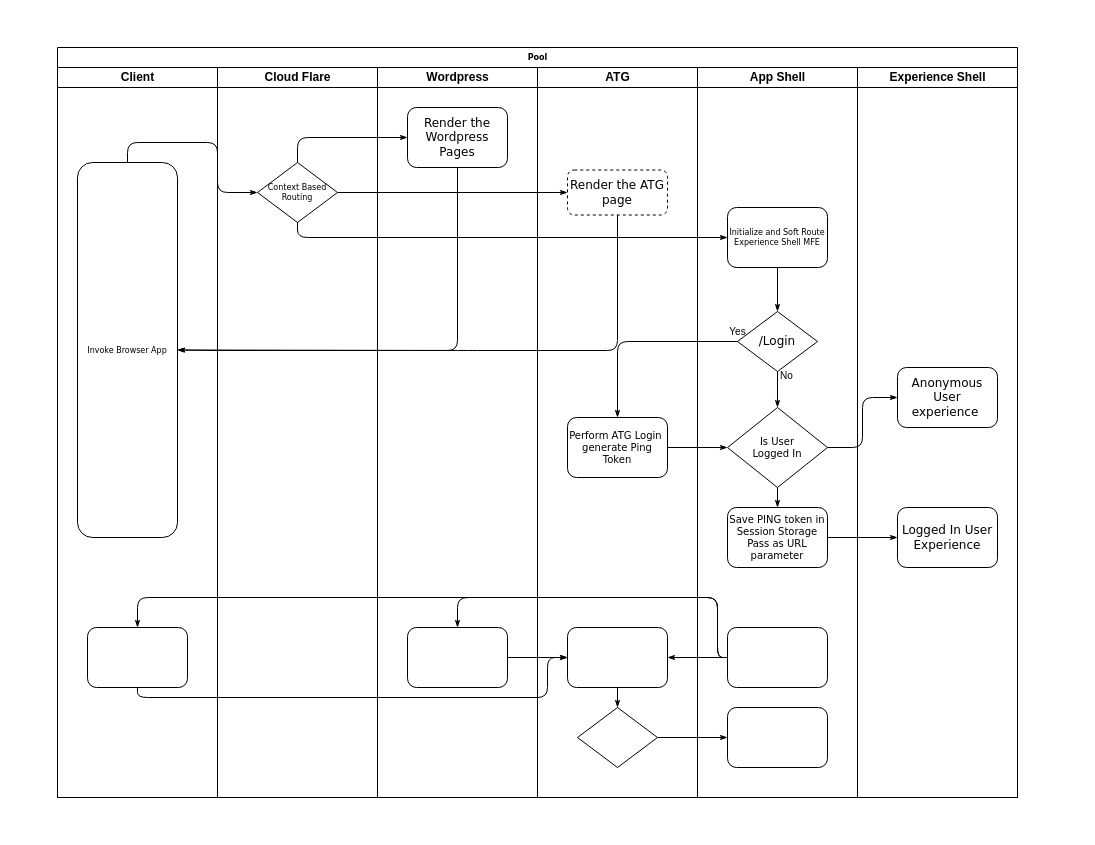
Earlier version of the draw.io diagram Shell Routing Flow.drawio (neio100/orange). Source tidied: cells renumbered, new cells numbered last; positions are measured from the earlier drawing's top-left corner, leaving out a move shared by most shapes. Both pictures are drawn from the tidied source at 100%, with x=0, y=0 at pixel (57, 47).
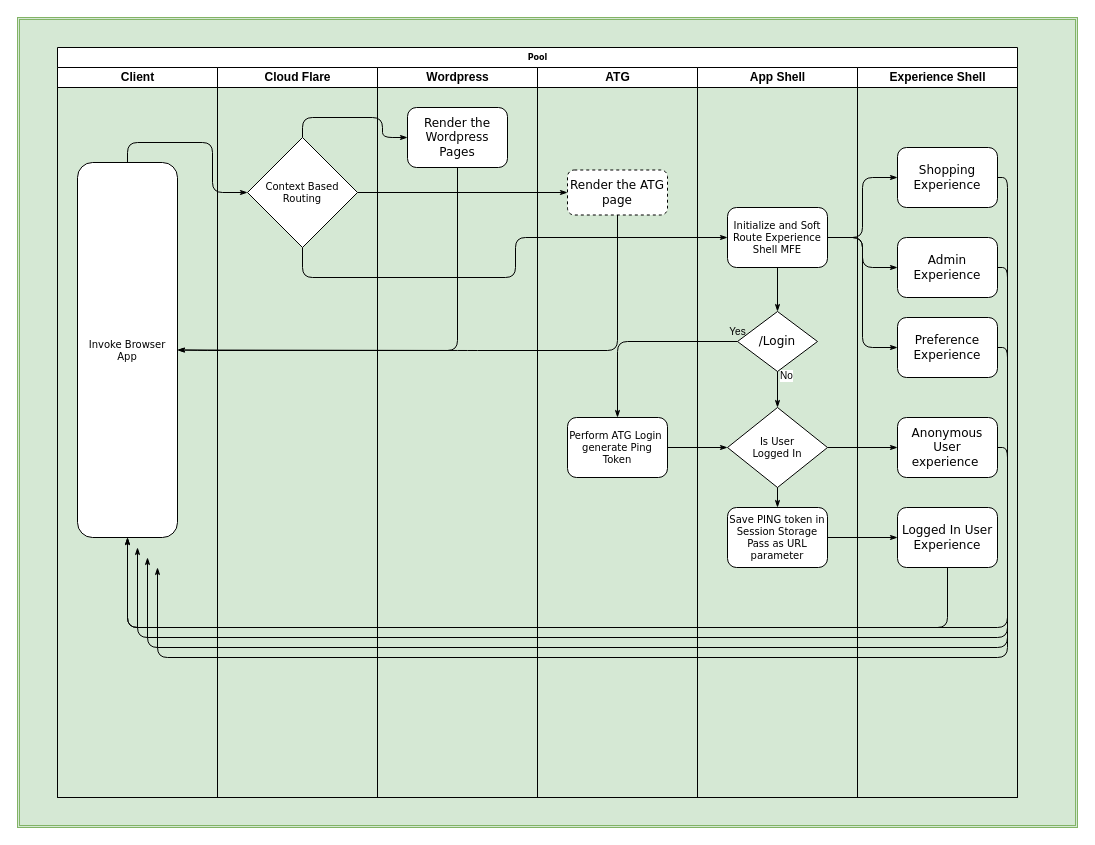
The same page after the edit.

Unchanged cells that the change refers to:
```xml
<mxCell id="2" value="Pool" style="swimlane;html=1;startSize=20;rounded=0;shadow=0;labelBackgroundColor=none;strokeWidth=1;fontFamily=Verdana;fontSize=8;align=center;" parent="1" vertex="1">
  <mxGeometry width="960" height="750" as="geometry" />
</mxCell>
<mxCell id="3" value="Client" style="swimlane;html=1;startSize=20;" parent="2" vertex="1">
  <mxGeometry y="20" width="160" height="730" as="geometry" />
</mxCell>
<mxCell id="17" value="Cloud Flare" style="swimlane;html=1;startSize=20;" parent="2" vertex="1">
  <mxGeometry x="160" y="20" width="160" height="730" as="geometry" />
</mxCell>
<mxCell id="19" value="Wordpress" style="swimlane;html=1;startSize=20;" parent="2" vertex="1">
  <mxGeometry x="320" y="20" width="160" height="730" as="geometry" />
</mxCell>
<mxCell id="20" value="&lt;font style=&quot;font-size: 12px&quot;&gt;Render the Wordpress Pages&lt;/font&gt;" style="rounded=1;whiteSpace=wrap;html=1;shadow=0;labelBackgroundColor=none;strokeWidth=1;fontFamily=Verdana;fontSize=8;align=center;" parent="19" vertex="1">
  <mxGeometry x="30" y="40" width="100" height="60" as="geometry" />
</mxCell>
<mxCell id="25" value="ATG" style="swimlane;html=1;startSize=20;" parent="2" vertex="1">
  <mxGeometry x="480" y="20" width="160" height="730" as="geometry" />
</mxCell>
<mxCell id="26" value="&lt;font style=&quot;font-size: 12px&quot;&gt;Render the ATG page&lt;/font&gt;" style="rounded=1;whiteSpace=wrap;html=1;shadow=0;labelBackgroundColor=none;strokeWidth=1;fontFamily=Verdana;fontSize=8;align=center;dashed=1;" parent="25" vertex="1">
  <mxGeometry x="30" y="102.5" width="100" height="45" as="geometry" />
</mxCell>
<mxCell id="31" value="App Shell" style="swimlane;html=1;startSize=20;" parent="2" vertex="1">
  <mxGeometry x="640" y="20" width="160" height="730" as="geometry" />
</mxCell>
<mxCell id="42" value="Experience Shell" style="swimlane;html=1;startSize=20;" parent="2" vertex="1">
  <mxGeometry x="800" y="20" width="160" height="730" as="geometry" />
</mxCell>
<mxCell id="44" value="&lt;font style=&quot;font-size: 12px&quot;&gt;Logged In User Experience&lt;/font&gt;" style="rounded=1;whiteSpace=wrap;html=1;shadow=0;labelBackgroundColor=none;strokeWidth=1;fontFamily=Verdana;fontSize=8;align=center;" parent="42" vertex="1">
  <mxGeometry x="40" y="440" width="100" height="60" as="geometry" />
</mxCell>
```

The edit, as a diff of the source:
```diff
@@
+    <mxCell id="48" style="shape=ext;double=1;rounded=0;whiteSpace=wrap;html=1;fontSize=10;fillColor=#d5e8d4;strokeColor=#82b366;" parent="1" vertex="1">
+      <mxGeometry x="-40" y="-30" width="1060" height="810" as="geometry" />
+    </mxCell>
@@
-    <mxCell id="4" value="Invoke Browser App" style="rounded=1;whiteSpace=wrap;html=1;shadow=0;labelBackgroundColor=none;strokeWidth=1;fontFamily=Verdana;fontSize=8;align=center;" parent="3" vertex="1">
+    <mxCell id="4" value="&lt;font style=&quot;font-size: 10px&quot;&gt;Invoke Browser App&lt;/font&gt;" style="rounded=1;whiteSpace=wrap;html=1;shadow=0;labelBackgroundColor=none;strokeWidth=1;fontFamily=Verdana;fontSize=8;align=center;" parent="3" vertex="1">
       <mxGeometry x="20" y="95" width="100" height="375" as="geometry" />
     </mxCell>
-    <mxCell id="5" style="rounded=1;whiteSpace=wrap;html=1;shadow=0;labelBackgroundColor=none;strokeWidth=1;fontFamily=Verdana;fontSize=8;align=center;" parent="3" vertex="1">
-      <mxGeometry x="30" y="560" width="100" height="60" as="geometry" />
-    </mxCell>
@@
     <mxCell id="7" style="edgeStyle=orthogonalEdgeStyle;rounded=1;html=1;labelBackgroundColor=none;startArrow=none;startFill=0;startSize=5;endArrow=classicThin;endFill=1;endSize=5;jettySize=auto;strokeWidth=1;fontFamily=Verdana;fontSize=8;exitX=0.5;exitY=1;exitDx=0;exitDy=0;" parent="2" edge="1" source="18" target="40">
       <mxGeometry relative="1" as="geometry">
         <Array as="points">
-          <mxPoint x="240" y="190" />
-          <mxPoint x="720" y="190" />
+          <mxPoint x="245" y="230" />
+          <mxPoint x="458" y="230" />
+          <mxPoint x="458" y="190" />
         </Array>
       </mxGeometry>
     </mxCell>
@@
-    <mxCell id="11" style="edgeStyle=orthogonalEdgeStyle;rounded=1;html=1;labelBackgroundColor=none;startArrow=none;startFill=0;startSize=5;endArrow=classicThin;endFill=1;endSize=5;jettySize=auto;strokeWidth=1;fontFamily=Verdana;fontSize=8;" parent="2" edge="1" source="29" target="34">
-      <mxGeometry relative="1" as="geometry" />
-    </mxCell>
-    <mxCell id="12" style="edgeStyle=orthogonalEdgeStyle;rounded=1;html=1;labelBackgroundColor=none;startArrow=none;startFill=0;startSize=5;endArrow=classicThin;endFill=1;endSize=5;jettySize=auto;strokeWidth=1;fontFamily=Verdana;fontSize=8;" parent="2" edge="1" source="33" target="21">
-      <mxGeometry relative="1" as="geometry">
-        <Array as="points">
-          <mxPoint x="660" y="610" />
-          <mxPoint x="660" y="550" />
-          <mxPoint x="400" y="550" />
-        </Array>
-      </mxGeometry>
-    </mxCell>
-    <mxCell id="13" style="edgeStyle=orthogonalEdgeStyle;rounded=1;html=1;labelBackgroundColor=none;startArrow=none;startFill=0;startSize=5;endArrow=classicThin;endFill=1;endSize=5;jettySize=auto;strokeColor=#000000;strokeWidth=1;fontFamily=Verdana;fontSize=8;fontColor=#000000;" parent="2" edge="1" source="33" target="28">
-      <mxGeometry relative="1" as="geometry" />
-    </mxCell>
-    <mxCell id="14" style="edgeStyle=orthogonalEdgeStyle;rounded=1;html=1;labelBackgroundColor=none;startArrow=none;startFill=0;startSize=5;endArrow=classicThin;endFill=1;endSize=5;jettySize=auto;strokeWidth=1;fontFamily=Verdana;fontSize=8;" parent="2" edge="1" source="33" target="5">
-      <mxGeometry relative="1" as="geometry">
-        <Array as="points">
-          <mxPoint x="660" y="610" />
-          <mxPoint x="660" y="550" />
-          <mxPoint x="80" y="550" />
-        </Array>
-      </mxGeometry>
-    </mxCell>
-    <mxCell id="15" style="edgeStyle=orthogonalEdgeStyle;rounded=1;html=1;labelBackgroundColor=none;startArrow=none;startFill=0;startSize=5;endArrow=classicThin;endFill=1;endSize=5;jettySize=auto;strokeWidth=1;fontFamily=Verdana;fontSize=8;" parent="2" edge="1" source="5" target="28">
-      <mxGeometry relative="1" as="geometry">
-        <Array as="points">
-          <mxPoint x="80" y="650" />
-          <mxPoint x="490" y="650" />
-          <mxPoint x="490" y="610" />
-        </Array>
-      </mxGeometry>
-    </mxCell>
-    <mxCell id="16" style="edgeStyle=orthogonalEdgeStyle;rounded=1;html=1;labelBackgroundColor=none;startArrow=none;startFill=0;startSize=5;endArrow=classicThin;endFill=1;endSize=5;jettySize=auto;strokeWidth=1;fontFamily=Verdana;fontSize=8;" parent="2" edge="1" source="21" target="28">
-      <mxGeometry relative="1" as="geometry" />
-    </mxCell>
@@
-    <mxCell id="18" value="Context Based Routing" style="rhombus;whiteSpace=wrap;html=1;rounded=0;shadow=0;labelBackgroundColor=none;strokeWidth=1;fontFamily=Verdana;fontSize=8;align=center;" parent="17" vertex="1">
-      <mxGeometry x="40" y="95" width="80" height="60" as="geometry" />
+    <mxCell id="18" value="&lt;font style=&quot;font-size: 10px&quot;&gt;Context Based Routing&lt;/font&gt;" style="rhombus;whiteSpace=wrap;html=1;rounded=0;shadow=0;labelBackgroundColor=none;strokeWidth=1;fontFamily=Verdana;fontSize=8;align=center;" parent="17" vertex="1">
+      <mxGeometry x="30" y="70" width="110" height="110" as="geometry" />
     </mxCell>
@@
-    <mxCell id="21" style="rounded=1;whiteSpace=wrap;html=1;shadow=0;labelBackgroundColor=none;strokeWidth=1;fontFamily=Verdana;fontSize=8;align=center;" parent="19" vertex="1">
-      <mxGeometry x="30" y="560" width="100" height="60" as="geometry" />
-    </mxCell>
@@
-    <mxCell id="28" style="rounded=1;whiteSpace=wrap;html=1;shadow=0;labelBackgroundColor=none;strokeWidth=1;fontFamily=Verdana;fontSize=8;align=center;" parent="25" vertex="1">
-      <mxGeometry x="30" y="560" width="100" height="60" as="geometry" />
-    </mxCell>
-    <mxCell id="29" style="rhombus;whiteSpace=wrap;html=1;rounded=0;shadow=0;labelBackgroundColor=none;strokeWidth=1;fontFamily=Verdana;fontSize=8;align=center;" parent="25" vertex="1">
-      <mxGeometry x="40" y="640" width="80" height="60" as="geometry" />
-    </mxCell>
-    <mxCell id="30" style="edgeStyle=orthogonalEdgeStyle;rounded=1;html=1;labelBackgroundColor=none;startArrow=none;startFill=0;startSize=5;endArrow=classicThin;endFill=1;endSize=5;jettySize=auto;strokeWidth=1;fontFamily=Verdana;fontSize=8;" parent="25" edge="1" source="28" target="29">
-      <mxGeometry relative="1" as="geometry" />
-    </mxCell>
@@
-    <mxCell id="33" style="rounded=1;whiteSpace=wrap;html=1;shadow=0;labelBackgroundColor=none;strokeWidth=1;fontFamily=Verdana;fontSize=8;align=center;" parent="31" vertex="1">
-      <mxGeometry x="30" y="560" width="100" height="60" as="geometry" />
-    </mxCell>
-    <mxCell id="34" style="rounded=1;whiteSpace=wrap;html=1;shadow=0;labelBackgroundColor=none;strokeWidth=1;fontFamily=Verdana;fontSize=8;align=center;" parent="31" vertex="1">
-      <mxGeometry x="30" y="640" width="100" height="60" as="geometry" />
-    </mxCell>
@@
-    <mxCell id="40" value="Initialize and Soft Route Experience Shell MFE" style="rounded=1;whiteSpace=wrap;html=1;shadow=0;labelBackgroundColor=none;strokeWidth=1;fontFamily=Verdana;fontSize=8;align=center;" parent="31" vertex="1">
+    <mxCell id="40" value="&lt;font style=&quot;font-size: 10px&quot;&gt;Initialize and Soft Route Experience Shell MFE&lt;/font&gt;" style="rounded=1;whiteSpace=wrap;html=1;shadow=0;labelBackgroundColor=none;strokeWidth=1;fontFamily=Verdana;fontSize=8;align=center;" parent="31" vertex="1">
       <mxGeometry x="30" y="140" width="100" height="60" as="geometry" />
     </mxCell>
@@
+    <mxCell id="45" style="edgeStyle=orthogonalEdgeStyle;rounded=1;html=1;labelBackgroundColor=none;startArrow=none;startFill=0;startSize=5;endArrow=classicThin;endFill=1;endSize=5;jettySize=auto;strokeWidth=1;fontFamily=Verdana;fontSize=8;entryX=1;entryY=0.5;entryDx=0;entryDy=0;" parent="2" edge="1" source="20" target="4">
+      <mxGeometry relative="1" as="geometry">
+        <Array as="points">
+          <mxPoint x="400" y="303" />
+          <mxPoint x="150" y="303" />
+        </Array>
+      </mxGeometry>
+    </mxCell>
+    <mxCell id="46" style="edgeStyle=orthogonalEdgeStyle;rounded=1;html=1;labelBackgroundColor=none;startArrow=none;startFill=0;startSize=5;endArrow=classicThin;endFill=1;endSize=5;jettySize=auto;strokeWidth=1;fontFamily=Verdana;fontSize=8;entryX=1;entryY=0.5;entryDx=0;entryDy=0;exitX=0.5;exitY=1;exitDx=0;exitDy=0;" parent="2" edge="1" source="26" target="4">
+      <mxGeometry relative="1" as="geometry">
+        <Array as="points">
+          <mxPoint x="560" y="303" />
+          <mxPoint x="410" y="303" />
+        </Array>
+      </mxGeometry>
+    </mxCell>
@@
     <mxCell id="43" value="&lt;font style=&quot;font-size: 12px&quot;&gt;Anonymous User experience&amp;nbsp;&lt;/font&gt;" style="rounded=1;whiteSpace=wrap;html=1;shadow=0;labelBackgroundColor=none;strokeWidth=1;fontFamily=Verdana;fontSize=8;align=center;" parent="42" vertex="1">
-      <mxGeometry x="40" y="300" width="100" height="60" as="geometry" />
+      <mxGeometry x="40" y="350" width="100" height="60" as="geometry" />
     </mxCell>
@@
-    <mxCell id="45" style="edgeStyle=orthogonalEdgeStyle;rounded=1;html=1;labelBackgroundColor=none;startArrow=none;startFill=0;startSize=5;endArrow=classicThin;endFill=1;endSize=5;jettySize=auto;strokeWidth=1;fontFamily=Verdana;fontSize=8;entryX=1;entryY=0.5;entryDx=0;entryDy=0;" parent="2" edge="1" source="20" target="4">
-      <mxGeometry relative="1" as="geometry">
-        <Array as="points">
-          <mxPoint x="400" y="303" />
-          <mxPoint x="150" y="303" />
-        </Array>
-      </mxGeometry>
-    </mxCell>
-    <mxCell id="46" style="edgeStyle=orthogonalEdgeStyle;rounded=1;html=1;labelBackgroundColor=none;startArrow=none;startFill=0;startSize=5;endArrow=classicThin;endFill=1;endSize=5;jettySize=auto;strokeWidth=1;fontFamily=Verdana;fontSize=8;entryX=1;entryY=0.5;entryDx=0;entryDy=0;exitX=0.5;exitY=1;exitDx=0;exitDy=0;" parent="2" edge="1" source="26" target="4">
-      <mxGeometry relative="1" as="geometry">
-        <Array as="points">
-          <mxPoint x="560" y="303" />
-          <mxPoint x="410" y="303" />
-        </Array>
-      </mxGeometry>
-    </mxCell>
+    <mxCell id="49" value="&lt;span style=&quot;font-size: 12px&quot;&gt;Shopping Experience&lt;/span&gt;" style="rounded=1;whiteSpace=wrap;html=1;shadow=0;labelBackgroundColor=none;strokeWidth=1;fontFamily=Verdana;fontSize=8;align=center;" parent="42" vertex="1">
+      <mxGeometry x="40" y="80" width="100" height="60" as="geometry" />
+    </mxCell>
+    <mxCell id="50" value="&lt;font style=&quot;font-size: 12px&quot;&gt;Admin&lt;br&gt;Experience&lt;br&gt;&lt;/font&gt;" style="rounded=1;whiteSpace=wrap;html=1;shadow=0;labelBackgroundColor=none;strokeWidth=1;fontFamily=Verdana;fontSize=8;align=center;" parent="42" vertex="1">
+      <mxGeometry x="40" y="170" width="100" height="60" as="geometry" />
+    </mxCell>
+    <mxCell id="51" value="&lt;font style=&quot;font-size: 12px&quot;&gt;Preference Experience&lt;/font&gt;" style="rounded=1;whiteSpace=wrap;html=1;shadow=0;labelBackgroundColor=none;strokeWidth=1;fontFamily=Verdana;fontSize=8;align=center;" parent="42" vertex="1">
+      <mxGeometry x="40" y="250" width="100" height="60" as="geometry" />
+    </mxCell>
+    <mxCell id="52" style="edgeStyle=orthogonalEdgeStyle;rounded=1;html=1;labelBackgroundColor=none;startArrow=none;startFill=0;startSize=5;endArrow=classicThin;endFill=1;endSize=5;jettySize=auto;strokeWidth=1;fontFamily=Verdana;fontSize=8;entryX=0.5;entryY=1;entryDx=0;entryDy=0;exitX=0.5;exitY=1;exitDx=0;exitDy=0;" parent="2" edge="1" source="44" target="4">
+      <mxGeometry relative="1" as="geometry">
+        <Array as="points">
+          <mxPoint x="890" y="580" />
+          <mxPoint x="70" y="580" />
+        </Array>
+      </mxGeometry>
+    </mxCell>
+    <mxCell id="53" style="edgeStyle=orthogonalEdgeStyle;rounded=1;html=1;labelBackgroundColor=none;startArrow=none;startFill=0;startSize=5;endArrow=classicThin;endFill=1;endSize=5;jettySize=auto;strokeWidth=1;fontFamily=Verdana;fontSize=8;exitX=1;exitY=0.5;exitDx=0;exitDy=0;entryX=0;entryY=0.5;entryDx=0;entryDy=0;" parent="2" edge="1" source="40" target="49">
+      <mxGeometry relative="1" as="geometry" />
+    </mxCell>
+    <mxCell id="54" style="edgeStyle=orthogonalEdgeStyle;rounded=1;html=1;labelBackgroundColor=none;startArrow=none;startFill=0;startSize=5;endArrow=classicThin;endFill=1;endSize=5;jettySize=auto;strokeWidth=1;fontFamily=Verdana;fontSize=8;exitX=1;exitY=0.5;exitDx=0;exitDy=0;entryX=0;entryY=0.5;entryDx=0;entryDy=0;" parent="2" edge="1" source="40" target="50">
+      <mxGeometry relative="1" as="geometry" />
+    </mxCell>
+    <mxCell id="55" style="edgeStyle=orthogonalEdgeStyle;rounded=1;html=1;labelBackgroundColor=none;startArrow=none;startFill=0;startSize=5;endArrow=classicThin;endFill=1;endSize=5;jettySize=auto;strokeWidth=1;fontFamily=Verdana;fontSize=8;exitX=1;exitY=0.5;exitDx=0;exitDy=0;entryX=0;entryY=0.5;entryDx=0;entryDy=0;" parent="2" edge="1" source="40" target="51">
+      <mxGeometry relative="1" as="geometry" />
+    </mxCell>
+    <mxCell id="56" style="edgeStyle=orthogonalEdgeStyle;rounded=1;html=1;labelBackgroundColor=none;startArrow=none;startFill=0;startSize=5;endArrow=classicThin;endFill=1;endSize=5;jettySize=auto;strokeWidth=1;fontFamily=Verdana;fontSize=8;entryX=0.5;entryY=1;entryDx=0;entryDy=0;exitX=1;exitY=0.5;exitDx=0;exitDy=0;" parent="2" edge="1" source="43" target="4">
+      <mxGeometry relative="1" as="geometry">
+        <Array as="points">
+          <mxPoint x="950" y="400" />
+          <mxPoint x="950" y="580" />
+          <mxPoint x="70" y="580" />
+        </Array>
+      </mxGeometry>
+    </mxCell>
@@
+    <mxCell id="57" style="edgeStyle=orthogonalEdgeStyle;rounded=1;html=1;labelBackgroundColor=none;startArrow=none;startFill=0;startSize=5;endArrow=classicThin;endFill=1;endSize=5;jettySize=auto;strokeWidth=1;fontFamily=Verdana;fontSize=8;entryX=0.5;entryY=1;entryDx=0;entryDy=0;exitX=1;exitY=0.5;exitDx=0;exitDy=0;" parent="1" edge="1" source="51">
+      <mxGeometry relative="1" as="geometry">
+        <mxPoint x="80" y="500" as="targetPoint" />
+        <Array as="points">
+          <mxPoint x="950" y="300" />
+          <mxPoint x="950" y="590" />
+          <mxPoint x="80" y="590" />
+        </Array>
+      </mxGeometry>
+    </mxCell>
+    <mxCell id="58" style="edgeStyle=orthogonalEdgeStyle;rounded=1;html=1;labelBackgroundColor=none;startArrow=none;startFill=0;startSize=5;endArrow=classicThin;endFill=1;endSize=5;jettySize=auto;strokeWidth=1;fontFamily=Verdana;fontSize=8;entryX=0.5;entryY=1;entryDx=0;entryDy=0;exitX=1;exitY=0.5;exitDx=0;exitDy=0;" parent="1" edge="1" source="50">
+      <mxGeometry relative="1" as="geometry">
+        <mxPoint x="90" y="510" as="targetPoint" />
+        <Array as="points">
+          <mxPoint x="950" y="220" />
+          <mxPoint x="950" y="600" />
+          <mxPoint x="90" y="600" />
+        </Array>
+      </mxGeometry>
+    </mxCell>
+    <mxCell id="59" style="edgeStyle=orthogonalEdgeStyle;rounded=1;html=1;labelBackgroundColor=none;startArrow=none;startFill=0;startSize=5;endArrow=classicThin;endFill=1;endSize=5;jettySize=auto;strokeWidth=1;fontFamily=Verdana;fontSize=8;entryX=0.5;entryY=1;entryDx=0;entryDy=0;exitX=1;exitY=0.5;exitDx=0;exitDy=0;" parent="1" edge="1" source="49">
+      <mxGeometry relative="1" as="geometry">
+        <mxPoint x="100" y="520" as="targetPoint" />
+        <Array as="points">
+          <mxPoint x="950" y="130" />
+          <mxPoint x="950" y="610" />
+          <mxPoint x="100" y="610" />
+        </Array>
+      </mxGeometry>
+    </mxCell>
```
